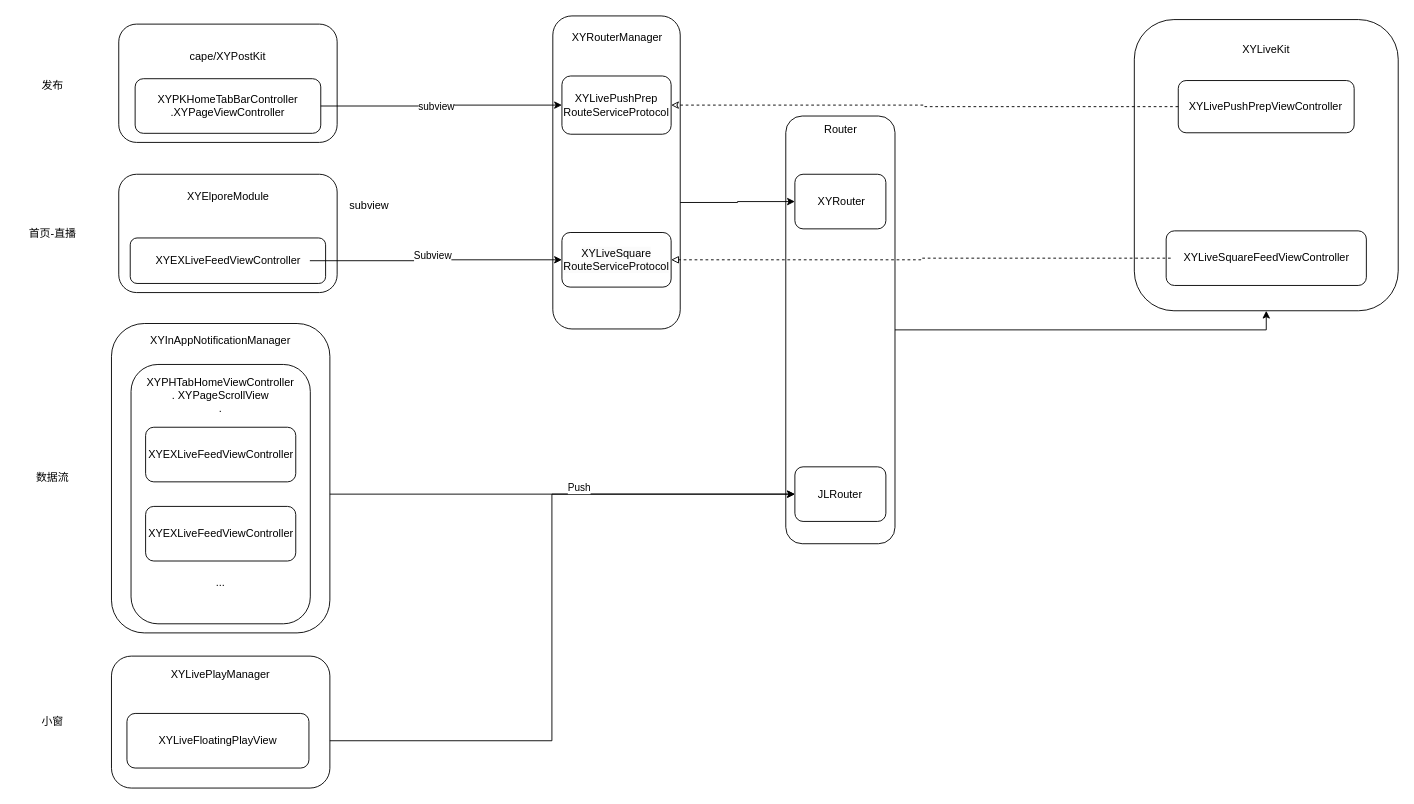
Earlier version of the draw.io diagram diagrams/未命名绘图.drawio (ygg29/UML). Source tidied: cells renumbered, new cells numbered last; positions are measured from the earlier drawing's top-left corner, leaving out a move shared by most shapes. Both pictures are drawn from the tidied source at 91%, with x=0, y=0 at pixel (15, 15).
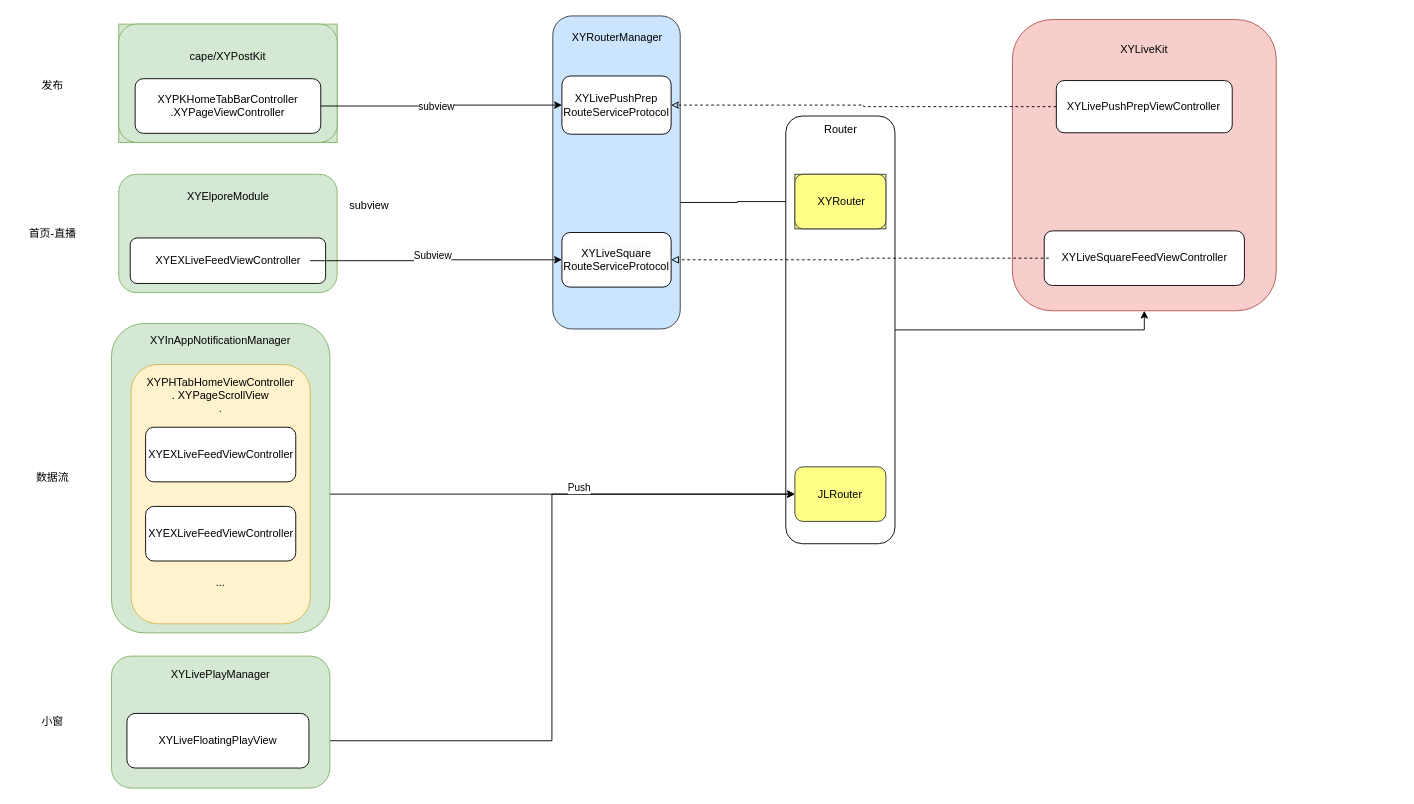
Above is the later version.

Commit message:
Alpha 入口流程梳理.drawio

The change refers to these unchanged cells:
```xml
<mxCell id="18" style="group;" parent="16" vertex="1">
  <mxGeometry width="240" height="130" as="geometry" />
</mxCell>
<mxCell id="26" style="group;" parent="25" vertex="1">
  <mxGeometry width="290" height="320" as="geometry" />
</mxCell>
<mxCell id="30" style="group;" parent="26" vertex="1">
  <mxGeometry x="35" y="232.2" width="220" height="60" as="geometry" />
</mxCell>
<mxCell id="33" style="group;" parent="1" vertex="1">
  <mxGeometry x="600" y="238" width="120" height="60" as="geometry" />
</mxCell>
<mxCell id="46" style="group;" parent="1" vertex="1">
  <mxGeometry x="105" y="338" width="240" height="340" as="geometry" />
</mxCell>
<mxCell id="48" style="group;" parent="46" vertex="1">
  <mxGeometry x="21.5" y="45" width="197" height="285" as="geometry" />
</mxCell>
<mxCell id="55" style="group;" parent="1" vertex="1">
  <mxGeometry x="105" y="703.5" width="240" height="145" as="geometry" />
</mxCell>
```

Diff of the diagram source:
```diff
@@
-    <mxCell id="3" style="rounded=1;whiteSpace=wrap;html=1;" parent="1" vertex="1">
+    <mxCell id="3" style="rounded=1;whiteSpace=wrap;html=1;fillColor=#cce5ff;strokeColor=#36393d;" parent="1" vertex="1">
       <mxGeometry x="590" width="140" height="344" as="geometry" />
     </mxCell>
@@
-    <mxCell id="6" style="group;" parent="1" vertex="1">
+    <mxCell id="6" style="group;fillColor=#d5e8d4;strokeColor=#82b366;" parent="1" vertex="1">
       <mxGeometry x="113" y="9" width="240" height="130" as="geometry" />
     </mxCell>
-    <mxCell id="7" style="rounded=1;whiteSpace=wrap;html=1;" parent="6" vertex="1">
+    <mxCell id="7" style="rounded=1;whiteSpace=wrap;html=1;fillColor=#d5e8d4;strokeColor=#82b366;" parent="6" vertex="1">
       <mxGeometry width="240" height="130" as="geometry" />
     </mxCell>
@@
-    <mxCell id="19" style="rounded=1;whiteSpace=wrap;html=1;align=center;verticalAlign=top;fontFamily=Helvetica;fontSize=12;fontColor=default;fillColor=none;gradientColor=none;" parent="18" vertex="1">
+    <mxCell id="19" style="rounded=1;whiteSpace=wrap;html=1;align=center;verticalAlign=top;fontFamily=Helvetica;fontSize=12;fillColor=#d5e8d4;strokeColor=#82b366;" parent="18" vertex="1">
       <mxGeometry width="240" height="130" as="geometry" />
     </mxCell>
@@
-    <mxCell id="21" style="rounded=1;whiteSpace=wrap;html=1;align=center;verticalAlign=top;fontFamily=Helvetica;fontSize=12;fontColor=default;fillColor=none;gradientColor=none;" parent="18" vertex="1">
+    <mxCell id="21" style="rounded=1;whiteSpace=wrap;html=1;align=center;verticalAlign=top;fontFamily=Helvetica;fontSize=12;" parent="18" vertex="1">
       <mxGeometry x="12.6" y="70" width="214.7" height="50" as="geometry" />
     </mxCell>
@@
     <mxCell id="25" style="group;" parent="1" vertex="1">
-      <mxGeometry x="1229" y="4" width="290" height="440" as="geometry" />
+      <mxGeometry x="1095" y="4" width="290" height="440" as="geometry" />
     </mxCell>
@@
-    <mxCell id="27" style="rounded=1;whiteSpace=wrap;html=1;" parent="26" vertex="1">
+    <mxCell id="27" style="rounded=1;whiteSpace=wrap;html=1;fillColor=#f8cecc;strokeColor=#b85450;" parent="26" vertex="1">
       <mxGeometry width="290" height="320" as="geometry" />
     </mxCell>
@@
-    <mxCell id="31" style="rounded=1;whiteSpace=wrap;html=1;align=center;verticalAlign=top;fontFamily=Helvetica;fontSize=12;fontColor=default;fillColor=none;gradientColor=none;" parent="30" vertex="1">
+    <mxCell id="31" style="rounded=1;whiteSpace=wrap;html=1;align=center;verticalAlign=top;fontFamily=Helvetica;fontSize=12;" parent="30" vertex="1">
       <mxGeometry width="220" height="60" as="geometry" />
     </mxCell>
@@
-    <mxCell id="34" style="rounded=1;whiteSpace=wrap;html=1;align=center;verticalAlign=top;fontFamily=Helvetica;fontSize=12;fontColor=default;fillColor=none;gradientColor=none;" parent="33" vertex="1">
+    <mxCell id="34" style="rounded=1;whiteSpace=wrap;html=1;align=center;verticalAlign=top;fontFamily=Helvetica;fontSize=12;" parent="33" vertex="1">
       <mxGeometry width="120" height="60" as="geometry" />
     </mxCell>
@@
-    <mxCell id="36" value="JLRouter" style="rounded=1;whiteSpace=wrap;html=1;" parent="1" vertex="1">
-      <mxGeometry x="856" y="495.5" width="100" height="60" as="geometry" />
-    </mxCell>
@@
-    <mxCell id="38" style="rounded=1;whiteSpace=wrap;html=1;align=center;verticalAlign=top;fontFamily=Helvetica;fontSize=12;fontColor=default;fillColor=none;gradientColor=none;" parent="1" vertex="1">
+    <mxCell id="38" style="rounded=1;whiteSpace=wrap;html=1;align=center;verticalAlign=top;fontFamily=Helvetica;fontSize=12;" parent="1" vertex="1">
       <mxGeometry x="846" y="110" width="120" height="470" as="geometry" />
     </mxCell>
-    <mxCell id="39" style="group;" parent="1" vertex="1">
+    <mxCell id="39" style="group;fillColor=#ffff88;strokeColor=#36393d;" parent="1" vertex="1">
       <mxGeometry x="856" y="174" width="100" height="60" as="geometry" />
     </mxCell>
-    <mxCell id="40" style="rounded=1;whiteSpace=wrap;html=1;" parent="39" vertex="1">
+    <mxCell id="40" style="rounded=1;whiteSpace=wrap;html=1;fillColor=#ffff88;strokeColor=#36393d;" parent="39" vertex="1">
       <mxGeometry width="100" height="60" as="geometry" />
     </mxCell>
@@
-    <mxCell id="47" style="rounded=1;whiteSpace=wrap;html=1;" parent="46" vertex="1">
+    <mxCell id="47" style="rounded=1;whiteSpace=wrap;html=1;fillColor=#d5e8d4;strokeColor=#82b366;" parent="46" vertex="1">
       <mxGeometry width="240" height="340" as="geometry" />
     </mxCell>
@@
-    <mxCell id="49" style="rounded=1;whiteSpace=wrap;html=1;" parent="48" vertex="1">
+    <mxCell id="49" style="rounded=1;whiteSpace=wrap;html=1;fillColor=#fff2cc;strokeColor=#d6b656;" parent="48" vertex="1">
       <mxGeometry width="197" height="285" as="geometry" />
     </mxCell>
@@
-    <mxCell id="56" style="rounded=1;whiteSpace=wrap;html=1;" parent="55" vertex="1">
+    <mxCell id="56" style="rounded=1;whiteSpace=wrap;html=1;fillColor=#d5e8d4;strokeColor=#82b366;" parent="55" vertex="1">
       <mxGeometry width="240" height="145" as="geometry" />
     </mxCell>
@@
+    <mxCell id="36" value="JLRouter" style="rounded=1;whiteSpace=wrap;html=1;fillColor=#ffff88;strokeColor=#36393d;" parent="1" vertex="1">
+      <mxGeometry x="856" y="495.5" width="100" height="60" as="geometry" />
+    </mxCell>
```
